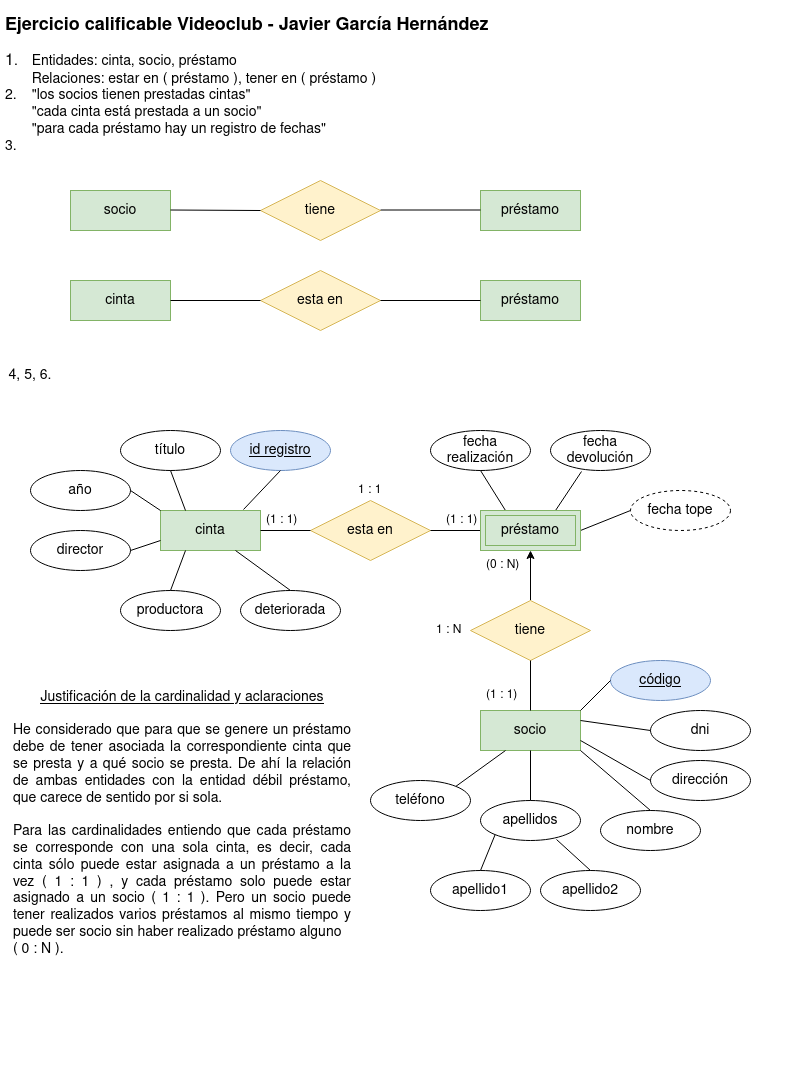
The draw.io diagram ejercicioevaluable1.png in javigh193/bae, before a commit. Source tidied: cells renumbered, new cells last; positions are measured from the earlier drawing's top-left corner, leaving out a move shared by most shapes.
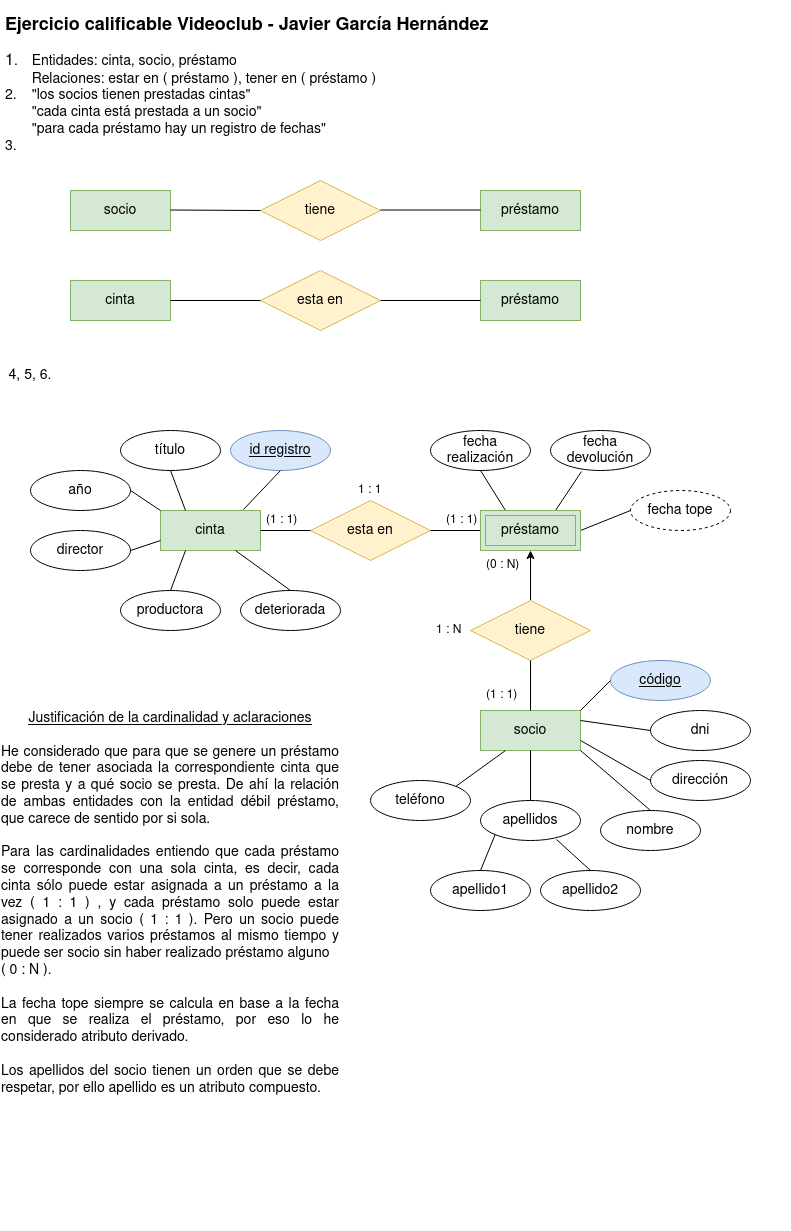
The same file after the commit.

The edit, as a diff of the source:
```diff
@@ -200,8 +200,8 @@
     <mxCell id="62" value="1 : N" style="text;strokeColor=none;fillColor=none;spacingLeft=4;spacingRight=4;overflow=hidden;fontSize=12;" parent="1" vertex="1">
       <mxGeometry x="430" y="605" width="50" height="30" as="geometry" />
     </mxCell>
-    <mxCell id="63" value="&lt;div&gt;&lt;u&gt;Justificación de la cardinalidad y aclaraciones&lt;br&gt;&lt;/u&gt;&lt;/div&gt;&lt;div&gt;&lt;u&gt;&lt;br&gt;&lt;/u&gt;&lt;/div&gt;&lt;div align=&quot;justify&quot;&gt;He considerado que para que se genere un préstamo debe de tener asociada la correspondiente cinta que se presta y a qué socio se presta. De ahí la relación de ambas entidades con la entidad débil préstamo, que carece de sentido por si sola.&lt;/div&gt;&lt;div align=&quot;justify&quot;&gt;&lt;br&gt;&lt;/div&gt;&lt;div align=&quot;justify&quot;&gt;Para las cardinalidades entiendo que cada préstamo se corresponde con una sola cinta, es decir, cada cinta sólo puede estar asignada a un préstamo a la vez ( 1 : 1 ) , y cada préstamo solo puede estar asignado a un socio ( 1 : 1 ). Pero un socio puede tener realizados varios préstamos al mismo tiempo y puede ser socio sin haber realizado préstamo alguno &lt;br&gt;&lt;/div&gt;&lt;div align=&quot;justify&quot;&gt;( 0 : N ).&lt;br&gt;&lt;/div&gt;&lt;div&gt;&lt;u&gt;&lt;br&gt;&lt;/u&gt;&lt;/div&gt;&lt;div&gt;&lt;u&gt;&lt;br&gt;&lt;/u&gt;&lt;/div&gt;&lt;div&gt;&lt;u&gt;&lt;br&gt;&lt;/u&gt;&lt;/div&gt;&lt;div&gt;&lt;u&gt;&lt;br&gt;&lt;/u&gt;&lt;/div&gt;&lt;div&gt;&lt;u&gt;&lt;br&gt;&lt;/u&gt;&lt;/div&gt;&lt;div&gt;&lt;u&gt;&lt;br&gt;&lt;/u&gt;&lt;/div&gt;&lt;div&gt;&lt;u&gt;&lt;br&gt;&lt;/u&gt;&lt;/div&gt;&lt;div&gt;&lt;u&gt;&lt;br&gt;&lt;/u&gt;&lt;/div&gt;" style="text;html=1;strokeColor=none;fillColor=none;align=center;verticalAlign=middle;whiteSpace=wrap;rounded=0;fontSize=14;" parent="1" vertex="1">
-      <mxGeometry x="12" y="720" width="340" height="320" as="geometry" />
+    <mxCell id="63" value="&lt;div&gt;&lt;u&gt;Justificación de la cardinalidad y aclaraciones&lt;br&gt;&lt;/u&gt;&lt;/div&gt;&lt;div&gt;&lt;u&gt;&lt;br&gt;&lt;/u&gt;&lt;/div&gt;&lt;div align=&quot;justify&quot;&gt;He considerado que para que se genere un préstamo debe de tener asociada la correspondiente cinta que se presta y a qué socio se presta. De ahí la relación de ambas entidades con la entidad débil préstamo, que carece de sentido por si sola.&lt;/div&gt;&lt;div align=&quot;justify&quot;&gt;&lt;br&gt;&lt;/div&gt;&lt;div align=&quot;justify&quot;&gt;Para las cardinalidades entiendo que cada préstamo se corresponde con una sola cinta, es decir, cada cinta sólo puede estar asignada a un préstamo a la vez ( 1 : 1 ) , y cada préstamo solo puede estar asignado a un socio ( 1 : 1 ). Pero un socio puede tener realizados varios préstamos al mismo tiempo y puede ser socio sin haber realizado préstamo alguno &lt;br&gt;&lt;/div&gt;&lt;div align=&quot;justify&quot;&gt;( 0 : N ).&lt;/div&gt;&lt;div align=&quot;justify&quot;&gt;&lt;br&gt;&lt;/div&gt;&lt;div align=&quot;justify&quot;&gt;La fecha tope siempre se calcula en base a la fecha en que se realiza el préstamo, por eso lo he considerado atributo derivado.&lt;/div&gt;&lt;div align=&quot;justify&quot;&gt;&lt;br&gt;&lt;/div&gt;&lt;div align=&quot;justify&quot;&gt;Los apellidos del socio tienen un orden que se debe respetar, por ello apellido es un atributo compuesto. &lt;br&gt;&lt;/div&gt;&lt;div&gt;&lt;u&gt;&lt;br&gt;&lt;/u&gt;&lt;/div&gt;&lt;div&gt;&lt;u&gt;&lt;br&gt;&lt;/u&gt;&lt;/div&gt;&lt;div&gt;&lt;u&gt;&lt;br&gt;&lt;/u&gt;&lt;/div&gt;&lt;div&gt;&lt;u&gt;&lt;br&gt;&lt;/u&gt;&lt;/div&gt;&lt;div&gt;&lt;u&gt;&lt;br&gt;&lt;/u&gt;&lt;/div&gt;&lt;div&gt;&lt;u&gt;&lt;br&gt;&lt;/u&gt;&lt;/div&gt;&lt;div&gt;&lt;u&gt;&lt;br&gt;&lt;/u&gt;&lt;/div&gt;&lt;div&gt;&lt;u&gt;&lt;br&gt;&lt;/u&gt;&lt;/div&gt;" style="text;html=1;strokeColor=none;fillColor=none;align=center;verticalAlign=middle;whiteSpace=wrap;rounded=0;fontSize=14;" parent="1" vertex="1">
+      <mxGeometry y="800" width="340" height="320" as="geometry" />
     </mxCell>
   </root>
 </mxGraphModel>
```
